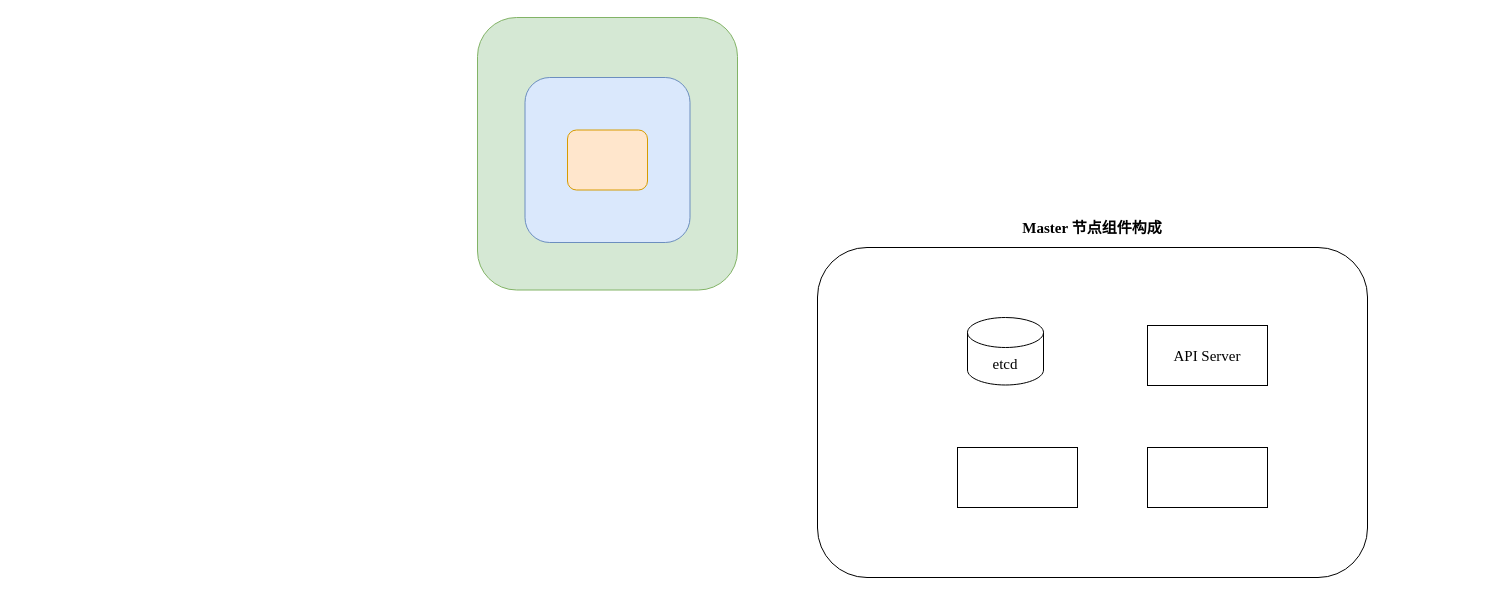
Earlier version of the draw.io diagram k8s.drawio (YingSi163/Effy). Source tidied: cells renumbered, new cells numbered last; positions are measured from the earlier drawing's top-left corner, leaving out a move shared by most shapes. Both pictures are drawn from the tidied source at 100%, with x=0, y=0 at pixel (477, 17).
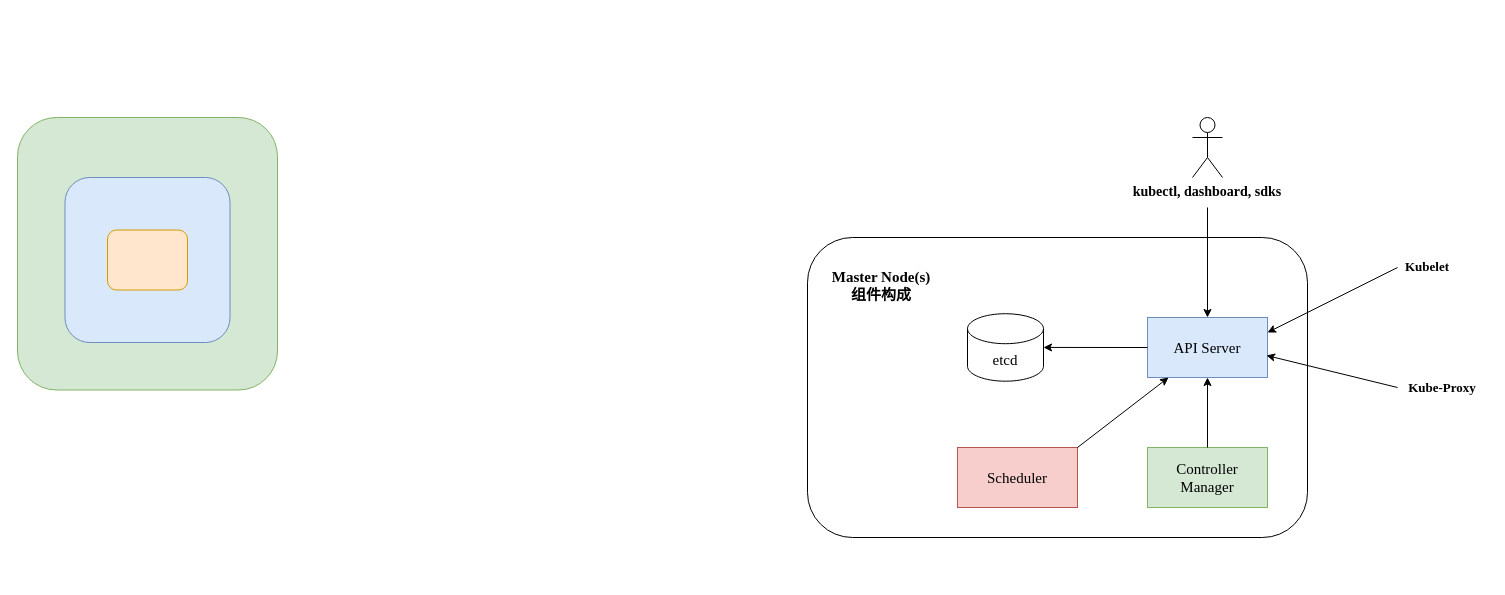
After the change.

Diff of the diagram source:
```diff
@@
     <mxCell id="2" style="rounded=1;whiteSpace=wrap;html=1;fillColor=#d5e8d4;strokeColor=#82b366;" parent="1" vertex="1">
-      <mxGeometry width="260" height="272.5" as="geometry" />
+      <mxGeometry x="-460" y="100" width="260" height="272.5" as="geometry" />
     </mxCell>
     <mxCell id="3" style="rounded=1;whiteSpace=wrap;html=1;fillColor=#dae8fc;strokeColor=#6c8ebf;" parent="1" vertex="1">
-      <mxGeometry x="47.5" y="60" width="165" height="165" as="geometry" />
+      <mxGeometry x="-412.5" y="160" width="165" height="165" as="geometry" />
     </mxCell>
     <mxCell id="4" style="rounded=1;whiteSpace=wrap;html=1;fillColor=#ffe6cc;strokeColor=#d79b00;" parent="1" vertex="1">
-      <mxGeometry x="90" y="112.5" width="80" height="60" as="geometry" />
+      <mxGeometry x="-370" y="212.5" width="80" height="60" as="geometry" />
     </mxCell>
     <mxCell id="5" style="rounded=1;whiteSpace=wrap;html=1;" parent="1" vertex="1">
-      <mxGeometry x="340" y="230" width="550" height="330" as="geometry" />
+      <mxGeometry x="330" y="220" width="500" height="300" as="geometry" />
     </mxCell>
-    <mxCell id="6" value="Master 节点组件构成" style="text;html=1;strokeColor=none;fillColor=none;align=center;verticalAlign=middle;whiteSpace=wrap;rounded=0;fontSize=15;fontStyle=1;fontFamily=Times New Roman;" parent="1" vertex="1">
-      <mxGeometry x="505" y="195" width="220" height="30" as="geometry" />
+    <mxCell id="6" value="Master Node(s)&lt;br&gt;组件构成" style="text;html=1;strokeColor=none;fillColor=none;align=center;verticalAlign=middle;whiteSpace=wrap;rounded=0;fontSize=15;fontStyle=1;fontFamily=Times New Roman;" parent="1" vertex="1">
+      <mxGeometry x="334" y="250" width="140" height="35" as="geometry" />
     </mxCell>
     <mxCell id="7" value="etcd" style="shape=cylinder3;whiteSpace=wrap;html=1;boundedLbl=1;backgroundOutline=1;size=15;fontFamily=Times New Roman;fontSize=15;" parent="1" vertex="1">
-      <mxGeometry x="490" y="300" width="76" height="67.5" as="geometry" />
+      <mxGeometry x="490" y="296.2" width="76" height="67.5" as="geometry" />
     </mxCell>
-    <mxCell id="8" value="API Server" style="rounded=0;whiteSpace=wrap;html=1;fontFamily=Times New Roman;fontSize=15;" parent="1" vertex="1">
-      <mxGeometry x="670" y="308" width="120" height="60" as="geometry" />
+    <mxCell id="8" value="API Server" style="rounded=0;whiteSpace=wrap;html=1;fontFamily=Times New Roman;fontSize=15;fillColor=#dae8fc;strokeColor=#6c8ebf;" parent="1" vertex="1">
+      <mxGeometry x="670" y="300" width="120" height="60" as="geometry" />
     </mxCell>
-    <mxCell id="9" style="rounded=0;whiteSpace=wrap;html=1;fontFamily=Times New Roman;fontSize=15;" parent="1" vertex="1">
+    <mxCell id="9" value="Controller&lt;br&gt;Manager" style="rounded=0;whiteSpace=wrap;html=1;fontFamily=Times New Roman;fontSize=15;fillColor=#d5e8d4;strokeColor=#82b366;" parent="1" vertex="1">
       <mxGeometry x="670" y="430" width="120" height="60" as="geometry" />
     </mxCell>
-    <mxCell id="10" style="rounded=0;whiteSpace=wrap;html=1;fontFamily=Times New Roman;fontSize=15;" parent="1" vertex="1">
+    <mxCell id="10" value="Scheduler" style="rounded=0;whiteSpace=wrap;html=1;fontFamily=Times New Roman;fontSize=15;fillColor=#f8cecc;strokeColor=#b85450;" parent="1" vertex="1">
       <mxGeometry x="480" y="430" width="120" height="60" as="geometry" />
     </mxCell>
+    <mxCell id="11" style="endArrow=classic;html=1;rounded=0;exitX=0;exitY=0.5;exitDx=0;exitDy=0;entryX=1;entryY=0.5;entryDx=0;entryDy=0;entryPerimeter=0;" parent="1" edge="1" source="8" target="7">
+      <mxGeometry relative="1" as="geometry" />
+    </mxCell>
+    <mxCell id="12" style="endArrow=classic;html=1;rounded=0;exitX=1;exitY=0;exitDx=0;exitDy=0;" parent="1" edge="1" source="10" target="8">
+      <mxGeometry relative="1" as="geometry" />
+    </mxCell>
+    <mxCell id="13" style="endArrow=classic;html=1;rounded=0;exitX=0.5;exitY=0;exitDx=0;exitDy=0;entryX=0.5;entryY=1;entryDx=0;entryDy=0;" parent="1" edge="1" source="9" target="8">
+      <mxGeometry relative="1" as="geometry" />
+    </mxCell>
+    <mxCell id="14" style="endArrow=classic;html=1;rounded=0;entryX=1;entryY=0.25;entryDx=0;entryDy=0;" parent="1" edge="1" target="8">
+      <mxGeometry relative="1" as="geometry">
+        <mxPoint x="920" y="250" as="sourcePoint" />
+      </mxGeometry>
+    </mxCell>
+    <mxCell id="15" value="Kubelet" style="text;html=1;strokeColor=none;fillColor=none;align=center;verticalAlign=middle;whiteSpace=wrap;rounded=0;fontStyle=1;fontSize=13;fontFamily=Times New Roman;" parent="1" vertex="1">
+      <mxGeometry x="920" y="240" width="60" height="17.5" as="geometry" />
+    </mxCell>
+    <mxCell id="16" style="endArrow=classic;html=1;rounded=0;fontFamily=Times New Roman;fontSize=13;entryX=0.992;entryY=0.633;entryDx=0;entryDy=0;entryPerimeter=0;" parent="1" edge="1" target="8">
+      <mxGeometry relative="1" as="geometry">
+        <mxPoint x="920" y="370" as="sourcePoint" />
+      </mxGeometry>
+    </mxCell>
+    <mxCell id="17" value="Kube-Proxy" style="text;html=1;strokeColor=none;fillColor=none;align=center;verticalAlign=middle;whiteSpace=wrap;rounded=0;fontFamily=Times New Roman;fontSize=13;fontStyle=1;" parent="1" vertex="1">
+      <mxGeometry x="920" y="355" width="90" height="30" as="geometry" />
+    </mxCell>
+    <mxCell id="18" style="endArrow=classic;html=1;rounded=0;fontFamily=Times New Roman;fontSize=13;entryX=0.5;entryY=0;entryDx=0;entryDy=0;" parent="1" edge="1" target="8">
+      <mxGeometry relative="1" as="geometry">
+        <mxPoint x="730" y="190" as="sourcePoint" />
+      </mxGeometry>
+    </mxCell>
+    <mxCell id="19" value="kubectl, dashboard, sdks" style="text;html=1;strokeColor=none;fillColor=none;align=center;verticalAlign=middle;whiteSpace=wrap;rounded=0;fontFamily=Times New Roman;fontSize=14;fontStyle=1;" parent="1" vertex="1">
+      <mxGeometry x="570" y="160" width="320" height="30" as="geometry" />
+    </mxCell>
+    <mxCell id="20" style="shape=umlActor;verticalLabelPosition=bottom;verticalAlign=top;html=1;fontFamily=Times New Roman;fontSize=14;" parent="1" vertex="1">
+      <mxGeometry x="715" y="100" width="30" height="60" as="geometry" />
+    </mxCell>
```
